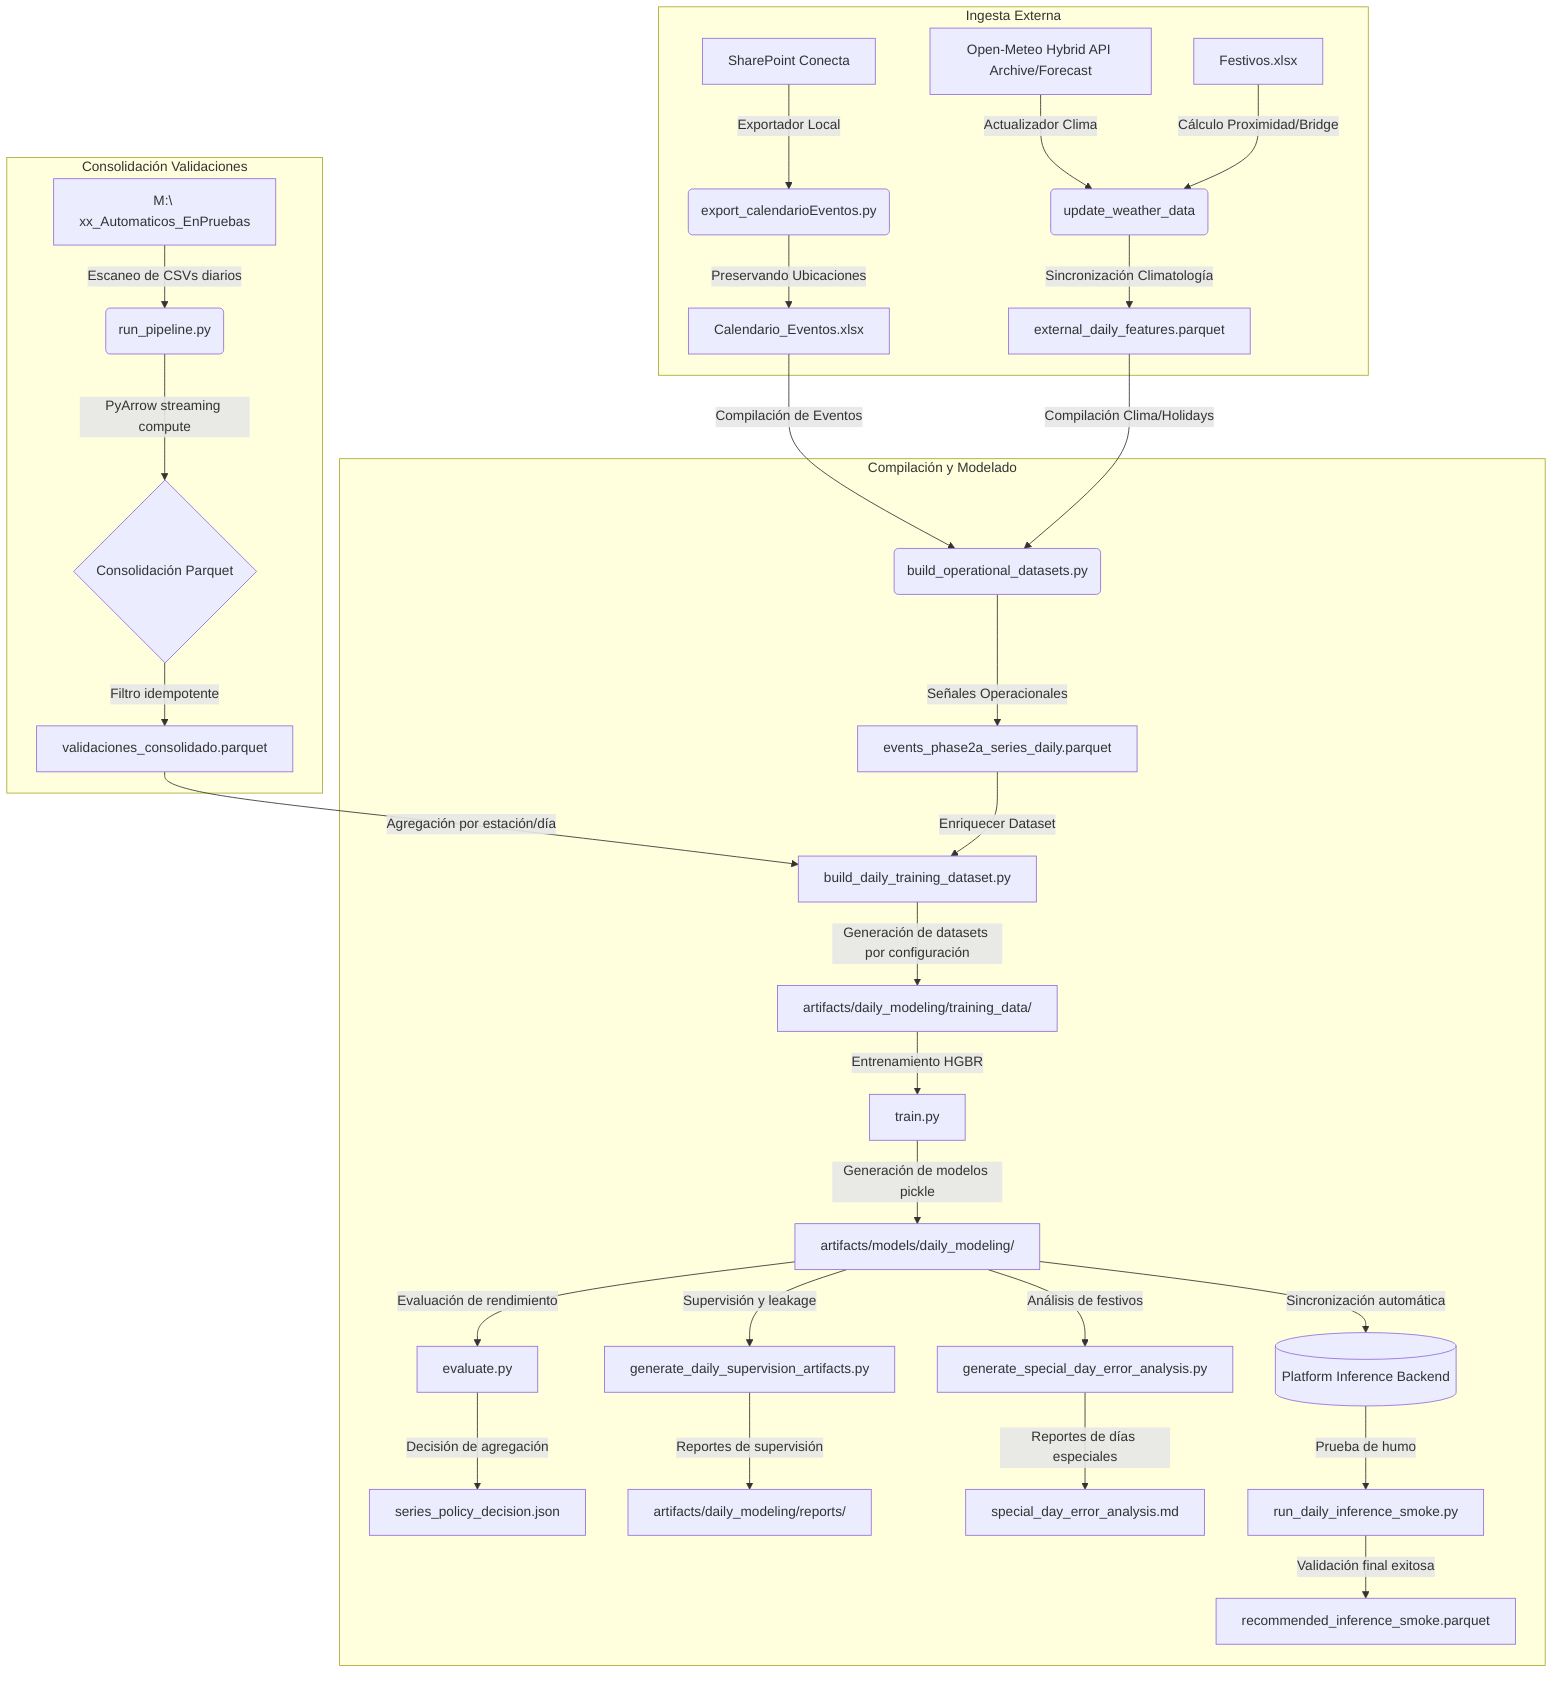
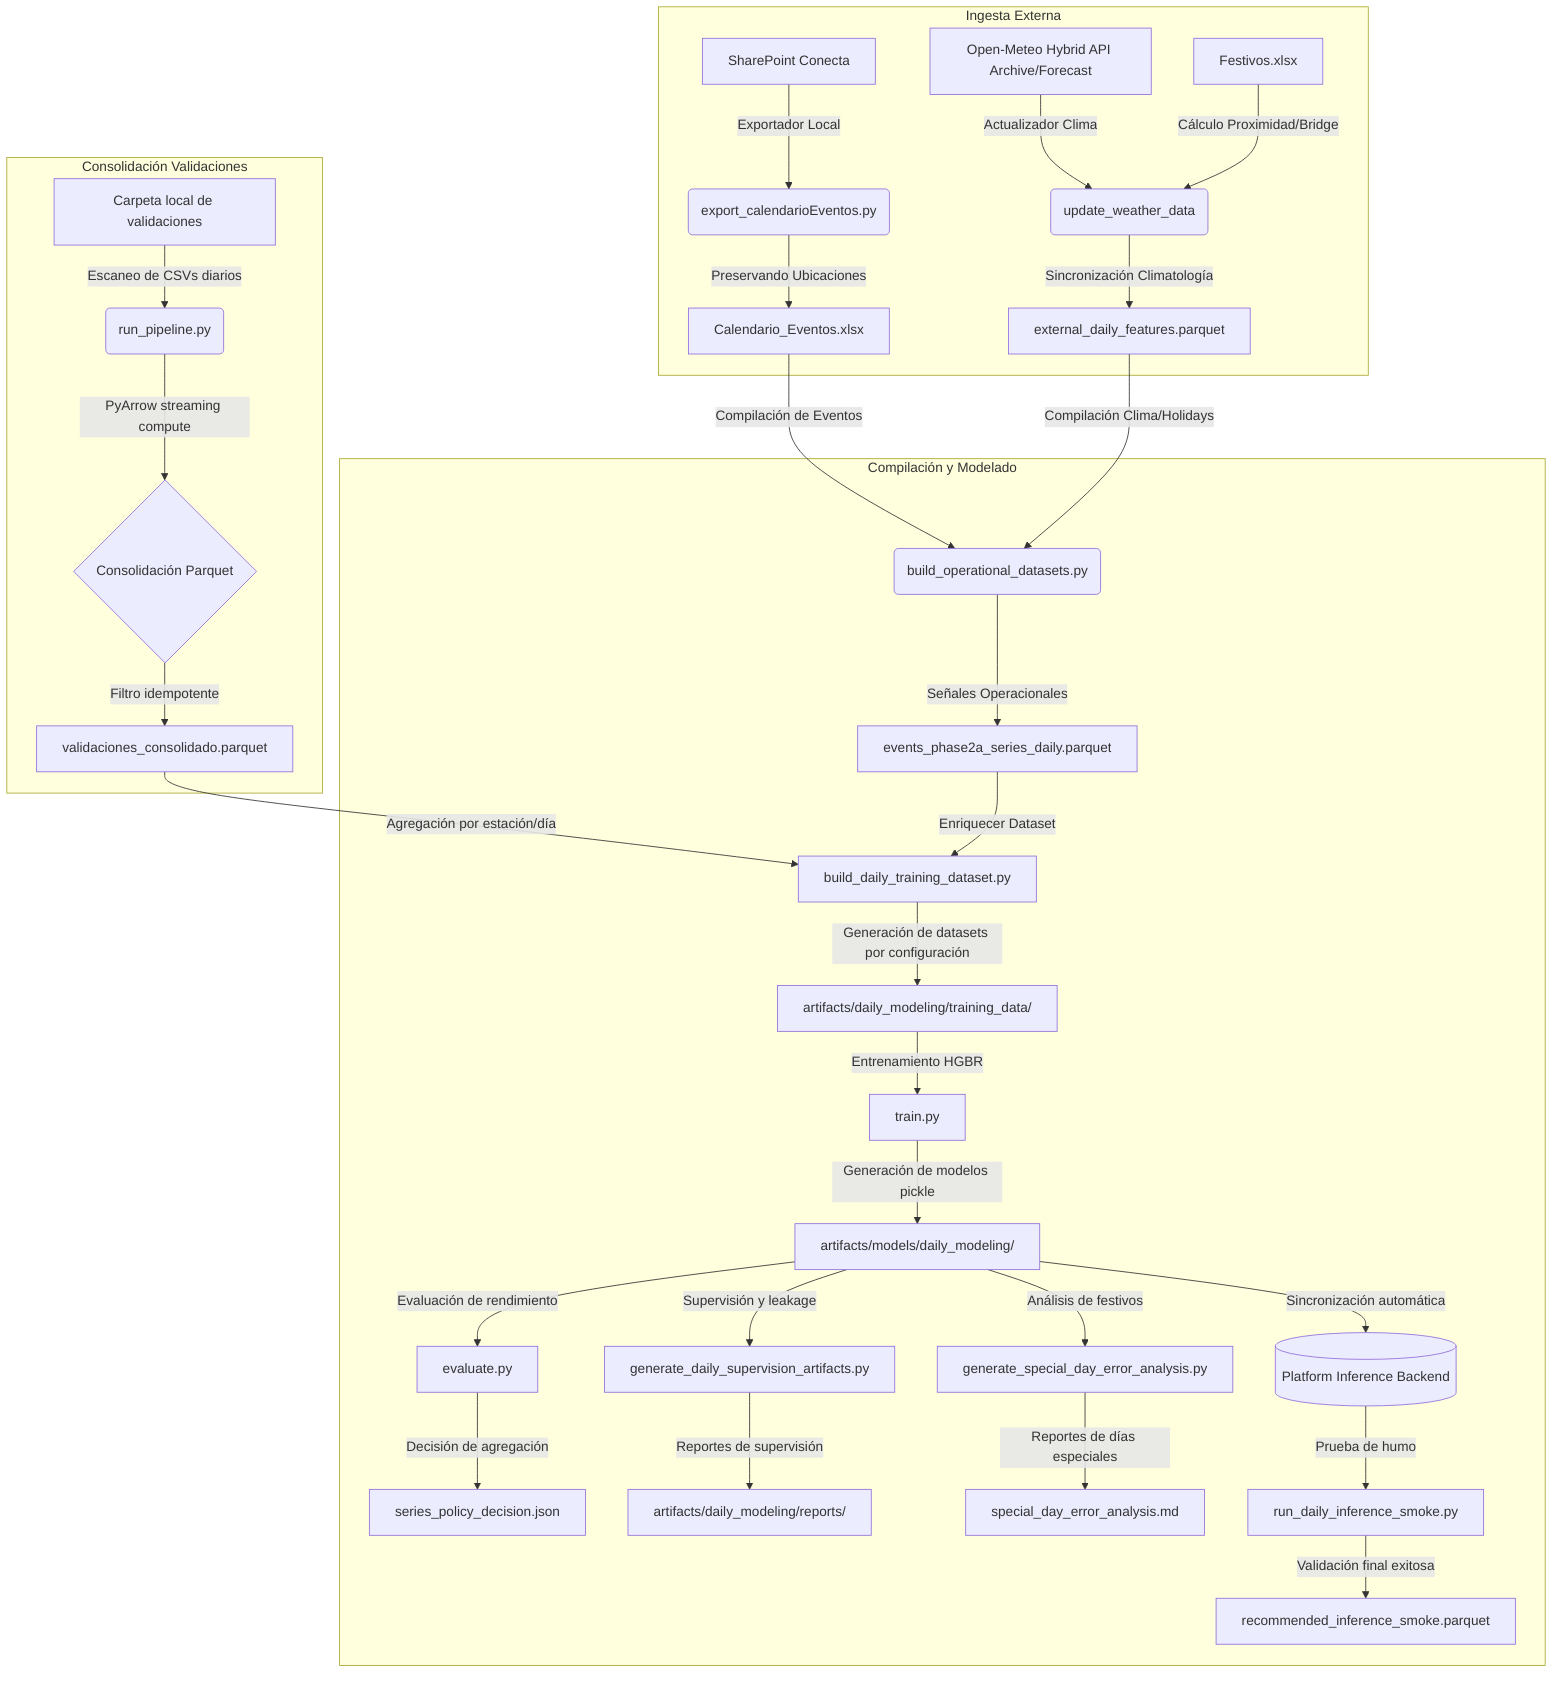
graph TD
    subgraph Ingesta Externa
        S1[SharePoint Conecta] -->|Exportador Local| S2(export_calendarioEventos.py)
        S2 -->|Preservando Ubicaciones| S3[Calendario_Eventos.xlsx]

        W1[Open-Meteo Hybrid API Archive/Forecast] -->|Actualizador Clima| W2(update_weather_data)
        F1[Festivos.xlsx] -->|Cálculo Proximidad/Bridge| W2
        W2 -->|Sincronización Climatología| W3[external_daily_features.parquet]
    end

    subgraph Consolidación Validaciones
-         A[M:\ xx_Automaticos_EnPruebas] -->|Escaneo de CSVs diarios| B(run_pipeline.py)
+         A[Carpeta local de validaciones] -->|Escaneo de CSVs diarios| B(run_pipeline.py)
        B -->|PyArrow streaming compute| C{Consolidación Parquet}
        C -->|Filtro idempotente| D[validaciones_consolidado.parquet]
    end

    subgraph Compilación y Modelado
        S3 -->|Compilación de Eventos| OP(build_operational_datasets.py)
        W3 -->|Compilación Clima/Holidays| OP
        OP -->|Señales Operacionales| OP_OUT[events_phase2a_series_daily.parquet]

        D -->|Agregación por estación/día| E[build_daily_training_dataset.py]
        OP_OUT -->|Enriquecer Dataset| E
        E -->|Generación de datasets por configuración| F[artifacts/daily_modeling/training_data/]

        F -->|Entrenamiento HGBR| G[train.py]
        G -->|Generación de modelos pickle| H[artifacts/models/daily_modeling/]
        H -->|Sincronización automática| I[(Platform Inference Backend)]

        H -->|Evaluación de rendimiento| J[evaluate.py]
        J -->|Decisión de agregación| K[series_policy_decision.json]

        H -->|Supervisión y leakage| L[generate_daily_supervision_artifacts.py]
        L -->|Reportes de supervisión| M[artifacts/daily_modeling/reports/]

        H -->|Análisis de festivos| N[generate_special_day_error_analysis.py]
        N -->|Reportes de días especiales| O[special_day_error_analysis.md]

        I -->|Prueba de humo| P[run_daily_inference_smoke.py]
        P -->|Validación final exitosa| Q[recommended_inference_smoke.parquet]
    end
